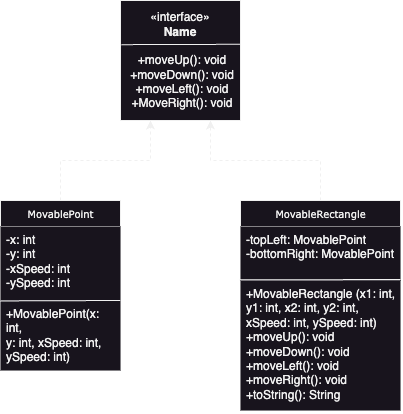
This is MovableRectangle.png from zEeZja/practical_work, a draw.io export, as it was before one commit. Source tidied: cells renumbered, new cells last; positions are measured from the earlier drawing's top-left corner, leaving out a move shared by most shapes.
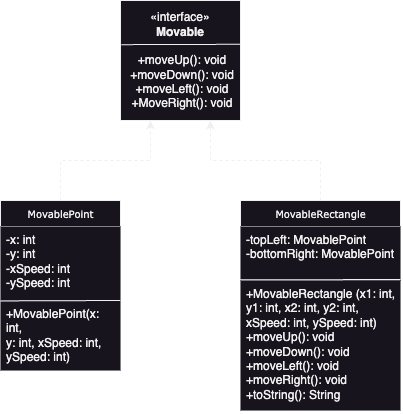
Later version of the same file.

What changed in the source:
```diff
@@ -41,7 +41,7 @@
         <mxPoint x="160" y="79" as="targetPoint" />
       </mxGeometry>
     </mxCell>
-    <mxCell id="12" value="«interface»&lt;br&gt;&lt;b&gt;Name&lt;br&gt;&lt;br&gt;&lt;/b&gt;&lt;p style=&quot;margin: 0px 0px 0px 4px;&quot;&gt;+moveUp(): void&lt;/p&gt;&lt;p style=&quot;margin: 0px 0px 0px 4px;&quot;&gt;+moveDown(): void&lt;/p&gt;&lt;p style=&quot;margin: 0px 0px 0px 4px;&quot;&gt;+moveLeft(): void&lt;/p&gt;&lt;p style=&quot;margin: 0px 0px 0px 4px;&quot;&gt;+MoveRight(): void&lt;/p&gt;" style="html=1;whiteSpace=wrap;" parent="1" vertex="1">
+    <mxCell id="12" value="«interface»&lt;br&gt;&lt;b&gt;Movable&lt;br&gt;&lt;br&gt;&lt;/b&gt;&lt;p style=&quot;margin: 0px 0px 0px 4px;&quot;&gt;+moveUp(): void&lt;/p&gt;&lt;p style=&quot;margin: 0px 0px 0px 4px;&quot;&gt;+moveDown(): void&lt;/p&gt;&lt;p style=&quot;margin: 0px 0px 0px 4px;&quot;&gt;+moveLeft(): void&lt;/p&gt;&lt;p style=&quot;margin: 0px 0px 0px 4px;&quot;&gt;+MoveRight(): void&lt;/p&gt;" style="html=1;whiteSpace=wrap;" parent="1" vertex="1">
       <mxGeometry x="120" width="120" height="120" as="geometry" />
     </mxCell>
     <mxCell id="13" style="endArrow=none;html=1;rounded=0;exitX=0.006;exitY=0.368;exitDx=0;exitDy=0;elbow=vertical;exitPerimeter=0;entryX=0.996;entryY=0.365;entryDx=0;entryDy=0;entryPerimeter=0;" parent="1" edge="1" source="12" target="12">
```
